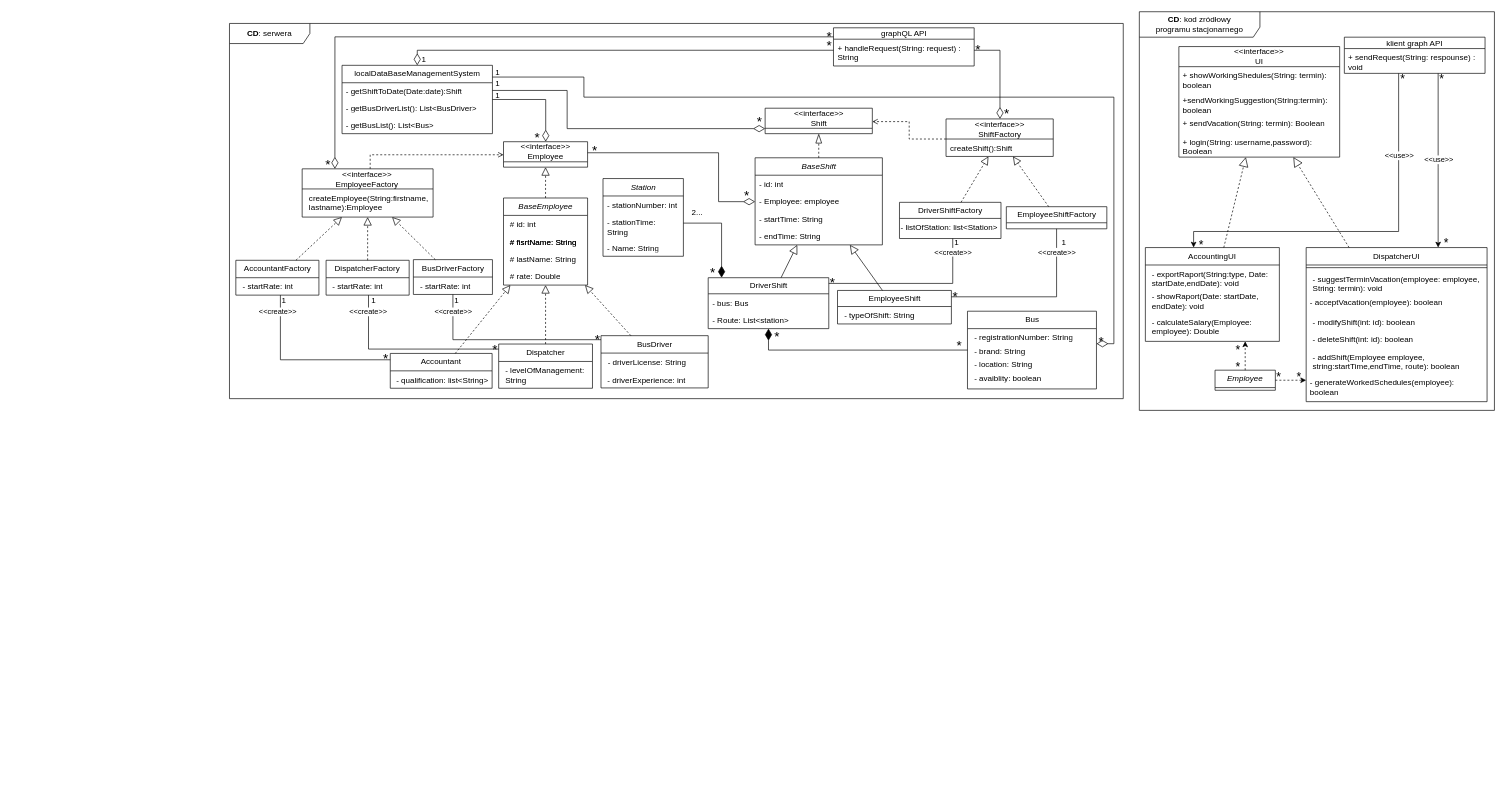
Earlier version of the draw.io diagram page "diagram klass" (5 of 7) of UML-software-engineering.drawio (keshaParrot/ShiftMaster-UML-documentation). Source tidied: cells renumbered, new cells numbered last; positions are measured from the earlier drawing's top-left corner, leaving out a move shared by most shapes. Both pictures are drawn from the tidied source at 67%, with x=0, y=0 at pixel (229, 11).
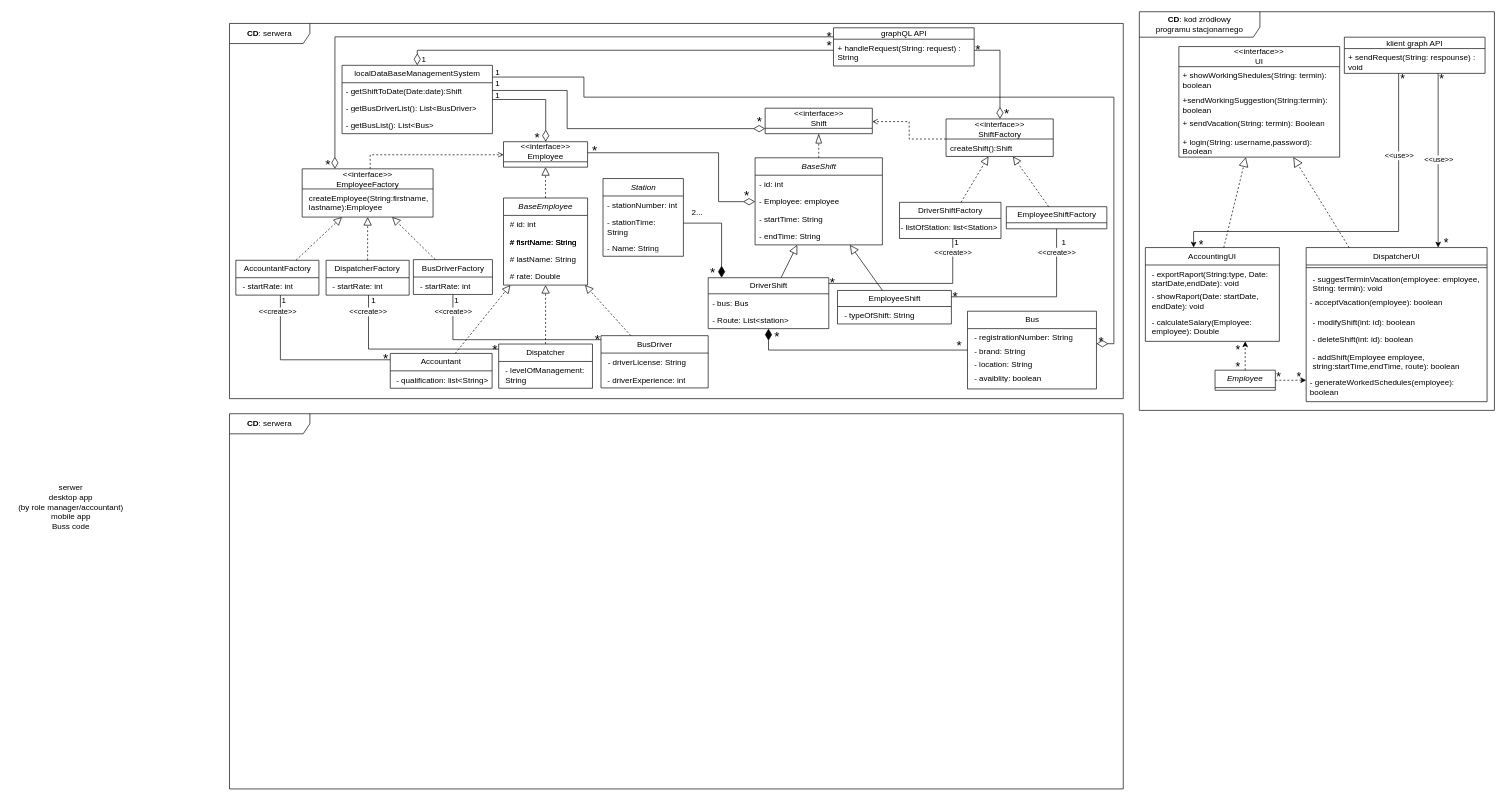
The same diagram, later.

The edit, as a diff of the source:
```diff
@@
+    <mxCell id="154" value="&lt;b&gt;CD&lt;/b&gt;: serwera" style="shape=umlFrame;whiteSpace=wrap;html=1;width=120;height=30;" parent="1" vertex="1">
+      <mxGeometry y="600" width="1334" height="560" as="geometry" />
+    </mxCell>
+    <mxCell id="155" value="serwer&lt;br&gt;desktop app&lt;br&gt;(by role manager/accountant)&lt;br&gt;&lt;div&gt;mobile app&lt;/div&gt;&lt;div&gt;Buss code&lt;br&gt;&lt;br&gt;&lt;/div&gt;&lt;div&gt;&lt;br&gt;&lt;/div&gt;" style="text;html=1;align=center;verticalAlign=middle;strokeColor=none;fillColor=none;" parent="1" vertex="1">
+      <mxGeometry x="-325" y="697" width="175" height="113" as="geometry" />
+    </mxCell>
```
